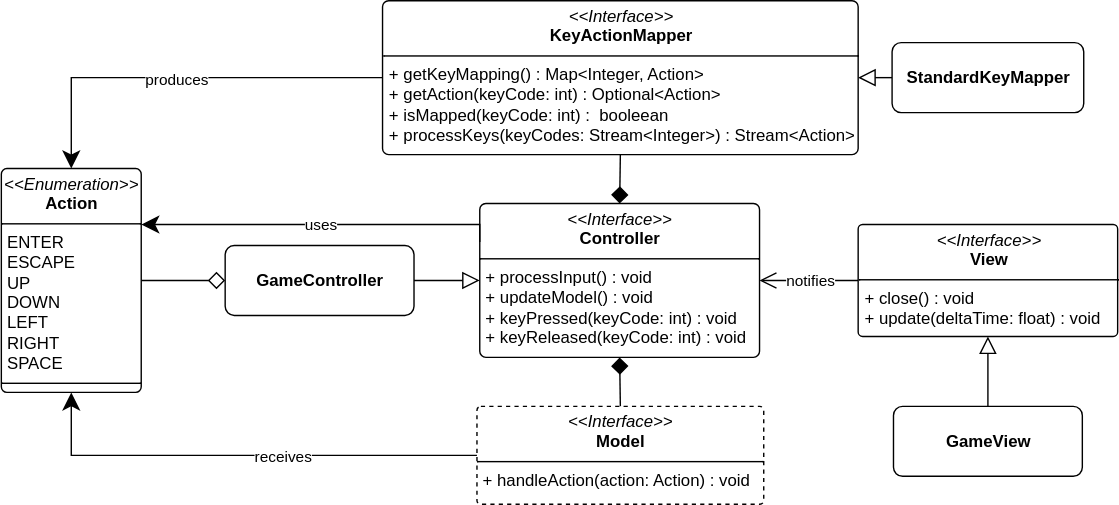
unibo-oop-projects/OOP24-AlessandroRebosio-FilippoRicciotti-Grace-GraziaBochdanovits-RenovateBot-coffeBreak keeps this draw.io diagram as report/svg/Command.svg. Above is the earlier version. Source tidied: cells renumbered, new cells last; positions are measured from the earlier drawing's top-left corner, leaving out a move shared by most shapes. Its diagram source:
```xml
<mxGraphModel>
  <root>
    <mxCell id="0" />
    <mxCell id="1" parent="0" />
    <mxCell id="2" value="&lt;p style=&quot;margin:0px;margin-top:4px;text-align:center;&quot;&gt;&lt;i&gt;&amp;lt;&amp;lt;Interface&amp;gt;&amp;gt;&lt;/i&gt;&lt;br&gt;&lt;b&gt;Controller&lt;/b&gt;&lt;/p&gt;&lt;hr size=&quot;1&quot; style=&quot;border-style:solid;&quot;&gt;&lt;p style=&quot;margin:0px;margin-left:4px;&quot;&gt;+ processInput() : void&lt;/p&gt;&lt;p style=&quot;margin:0px;margin-left:4px;&quot;&gt;+ updateModel() : void&lt;/p&gt;&lt;p style=&quot;margin:0px;margin-left:4px;&quot;&gt;+ keyPressed(keyCode: int) : void&amp;nbsp;&lt;/p&gt;&lt;p style=&quot;margin:0px;margin-left:4px;&quot;&gt;+ keyReleased(keyCode: int) : void&lt;/p&gt;" style="verticalAlign=top;align=left;overflow=fill;html=1;whiteSpace=wrap;rounded=1;arcSize=4;" parent="1" vertex="1">
      <mxGeometry x="342" y="145" width="200" height="110" as="geometry" />
    </mxCell>
    <mxCell id="3" style="edgeStyle=orthogonalEdgeStyle;rounded=0;jettySize=auto;html=1;exitX=0.5;exitY=0;exitDx=0;exitDy=0;entryX=0.5;entryY=1;entryDx=0;entryDy=0;endArrow=diamond;endFill=1;endSize=10;" parent="1" edge="1" source="6" target="2">
      <mxGeometry relative="1" as="geometry" />
    </mxCell>
    <mxCell id="4" style="edgeStyle=none;html=1;exitX=0;exitY=0.5;exitDx=0;exitDy=0;entryX=0.5;entryY=1;entryDx=0;entryDy=0;rounded=0;curved=0;endSize=10;endArrow=classic;endFill=1;" parent="1" edge="1" source="6" target="16">
      <mxGeometry relative="1" as="geometry">
        <Array as="points">
          <mxPoint x="50" y="325" />
        </Array>
      </mxGeometry>
    </mxCell>
    <mxCell id="5" value="receives" style="edgeLabel;html=1;align=center;verticalAlign=middle;" parent="4" vertex="1">
      <mxGeometry x="-0.16" relative="1" as="geometry" />
    </mxCell>
    <mxCell id="6" value="&lt;p style=&quot;margin:0px;margin-top:4px;text-align:center;&quot;&gt;&lt;i&gt;&amp;lt;&amp;lt;Interface&amp;gt;&amp;gt;&lt;/i&gt;&lt;br&gt;&lt;b&gt;Model&lt;/b&gt;&lt;/p&gt;&lt;hr size=&quot;1&quot; style=&quot;border-style:solid;&quot;&gt;&lt;p style=&quot;margin:0px;margin-left:4px;&quot;&gt;&lt;font color=&quot;#000000&quot;&gt;&lt;span style=&quot;caret-color: rgb(0, 0, 0);&quot;&gt;+ handleAction(action: Action) : void&lt;/span&gt;&lt;/font&gt;&lt;/p&gt;" style="verticalAlign=top;align=left;overflow=fill;html=1;whiteSpace=wrap;rounded=1;arcSize=4;dashed=1;" parent="1" vertex="1">
      <mxGeometry x="340" y="290" width="205" height="70" as="geometry" />
    </mxCell>
    <mxCell id="7" style="edgeStyle=orthogonalEdgeStyle;rounded=0;jettySize=auto;html=1;exitX=0.5;exitY=1;exitDx=0;exitDy=0;entryX=0.5;entryY=0;entryDx=0;entryDy=0;endSize=10;endArrow=diamond;endFill=1;" parent="1" edge="1" source="10" target="2">
      <mxGeometry relative="1" as="geometry" />
    </mxCell>
    <mxCell id="8" style="edgeStyle=none;html=1;exitX=0;exitY=0.5;exitDx=0;exitDy=0;entryX=0.5;entryY=0;entryDx=0;entryDy=0;rounded=0;curved=0;endArrow=classic;endFill=1;endSize=10;" parent="1" edge="1" source="10" target="16">
      <mxGeometry relative="1" as="geometry">
        <Array as="points">
          <mxPoint x="50" y="55" />
        </Array>
      </mxGeometry>
    </mxCell>
    <mxCell id="9" value="produces" style="edgeLabel;html=1;align=center;verticalAlign=middle;" parent="8" vertex="1">
      <mxGeometry x="0.02" relative="1" as="geometry">
        <mxPoint x="-1" as="offset" />
      </mxGeometry>
    </mxCell>
    <mxCell id="10" value="&lt;p style=&quot;margin:0px;margin-top:4px;text-align:center;&quot;&gt;&lt;i&gt;&amp;lt;&amp;lt;Interface&amp;gt;&amp;gt;&lt;/i&gt;&lt;br&gt;&lt;b&gt;KeyActionMapper&lt;/b&gt;&lt;/p&gt;&lt;hr size=&quot;1&quot; style=&quot;border-style:solid;&quot;&gt;&lt;p style=&quot;margin:0px;margin-left:4px;&quot;&gt;+ getKeyMapping() : Map&amp;lt;Integer, Action&amp;gt;&lt;/p&gt;&lt;p style=&quot;margin:0px;margin-left:4px;&quot;&gt;+ getAction(keyCode: int) : Optional&amp;lt;Action&amp;gt;&lt;/p&gt;&lt;p style=&quot;margin:0px;margin-left:4px;&quot;&gt;+ isMapped(keyCode: int) : &amp;nbsp;booleean&lt;/p&gt;&lt;p style=&quot;margin:0px;margin-left:4px;&quot;&gt;+ processKeys(keyCodes: Stream&amp;lt;Integer&amp;gt;) : Stream&amp;lt;Action&amp;gt;&lt;/p&gt;" style="verticalAlign=top;align=left;overflow=fill;html=1;whiteSpace=wrap;rounded=1;arcSize=4;" parent="1" vertex="1">
      <mxGeometry x="272.5" width="340" height="110" as="geometry" />
    </mxCell>
    <mxCell id="11" value="notifies" style="edgeStyle=orthogonalEdgeStyle;rounded=0;jettySize=auto;html=1;exitX=0;exitY=0.5;exitDx=0;exitDy=0;entryX=1;entryY=0.5;entryDx=0;entryDy=0;endArrow=open;endFill=0;endSize=10;" parent="1" edge="1" source="12" target="2">
      <mxGeometry relative="1" as="geometry" />
    </mxCell>
    <mxCell id="12" value="&lt;p style=&quot;margin:0px;margin-top:4px;text-align:center;&quot;&gt;&lt;i&gt;&amp;lt;&amp;lt;Interface&amp;gt;&amp;gt;&lt;/i&gt;&lt;br&gt;&lt;b&gt;View&lt;/b&gt;&lt;/p&gt;&lt;hr size=&quot;1&quot; style=&quot;border-style:solid;&quot;&gt;&lt;p style=&quot;margin:0px;margin-left:4px;&quot;&gt;&lt;span style=&quot;background-color: transparent; color: light-dark(rgb(0, 0, 0), rgb(255, 255, 255));&quot;&gt;+ close() : void&lt;/span&gt;&lt;/p&gt;&lt;p style=&quot;margin:0px;margin-left:4px;&quot;&gt;&lt;span style=&quot;background-color: transparent; color: light-dark(rgb(0, 0, 0), rgb(255, 255, 255));&quot;&gt;+ update(deltaTime: float) : void&lt;/span&gt;&lt;/p&gt;" style="verticalAlign=top;align=left;overflow=fill;html=1;whiteSpace=wrap;rounded=1;arcSize=4;" parent="1" vertex="1">
      <mxGeometry x="612.5" y="160" width="185.5" height="80" as="geometry" />
    </mxCell>
    <mxCell id="13" style="edgeStyle=orthogonalEdgeStyle;rounded=0;jettySize=auto;html=1;exitX=0.5;exitY=0;exitDx=0;exitDy=0;entryX=0.5;entryY=1;entryDx=0;entryDy=0;endArrow=block;endFill=0;endSize=10;" parent="1" edge="1" source="14" target="12">
      <mxGeometry relative="1" as="geometry" />
    </mxCell>
    <mxCell id="14" value="&lt;p style=&quot;margin:0px;margin-top:4px;text-align:center;&quot;&gt;&lt;br&gt;&lt;b&gt;GameView&lt;/b&gt;&lt;/p&gt;&lt;p style=&quot;margin:0px;margin-top:4px;text-align:center;&quot;&gt;&lt;b&gt;&lt;br&gt;&lt;/b&gt;&lt;/p&gt;" style="verticalAlign=top;align=left;overflow=fill;html=1;whiteSpace=wrap;rounded=1;arcSize=13;" parent="1" vertex="1">
      <mxGeometry x="637.8" y="290" width="135" height="50" as="geometry" />
    </mxCell>
    <mxCell id="15" style="edgeStyle=none;html=1;exitX=1;exitY=0.5;exitDx=0;exitDy=0;entryX=0;entryY=0.5;entryDx=0;entryDy=0;endSize=10;endArrow=diamond;endFill=0;" parent="1" edge="1" source="16" target="19">
      <mxGeometry relative="1" as="geometry" />
    </mxCell>
    <mxCell id="16" value="&lt;p style=&quot;margin:0px;margin-top:4px;text-align:center;&quot;&gt;&lt;i&gt;&amp;lt;&amp;lt;Enumeration&amp;gt;&amp;gt;&lt;/i&gt;&lt;br&gt;&lt;b&gt;Action&lt;/b&gt;&lt;/p&gt;&lt;hr size=&quot;1&quot; style=&quot;border-style:solid;&quot;&gt;&lt;p style=&quot;margin:0px;margin-left:4px;&quot;&gt;ENTER&lt;/p&gt;&lt;p style=&quot;margin:0px;margin-left:4px;&quot;&gt;ESCAPE&lt;/p&gt;&lt;p style=&quot;margin:0px;margin-left:4px;&quot;&gt;UP&lt;/p&gt;&lt;p style=&quot;margin:0px;margin-left:4px;&quot;&gt;DOWN&lt;/p&gt;&lt;p style=&quot;margin:0px;margin-left:4px;&quot;&gt;LEFT&lt;/p&gt;&lt;p style=&quot;margin:0px;margin-left:4px;&quot;&gt;RIGHT&lt;/p&gt;&lt;p style=&quot;margin:0px;margin-left:4px;&quot;&gt;SPACE&lt;/p&gt;&lt;hr size=&quot;1&quot; style=&quot;border-style:solid;&quot;&gt;&lt;p style=&quot;margin:0px;margin-left:4px;&quot;&gt;&lt;br&gt;&lt;/p&gt;" style="verticalAlign=top;align=left;overflow=fill;html=1;whiteSpace=wrap;rounded=1;arcSize=4;" parent="1" vertex="1">
      <mxGeometry y="120" width="100" height="160" as="geometry" />
    </mxCell>
    <mxCell id="17" style="edgeStyle=orthogonalEdgeStyle;rounded=0;jettySize=auto;html=1;exitX=1;exitY=0.5;exitDx=0;exitDy=0;entryX=0;entryY=0.5;entryDx=0;entryDy=0;endArrow=block;endFill=0;endSize=10;" parent="1" edge="1" source="19" target="2">
      <mxGeometry relative="1" as="geometry" />
    </mxCell>
    <mxCell id="18" value="uses" style="edgeStyle=orthogonalEdgeStyle;rounded=0;jettySize=auto;html=1;exitX=0;exitY=0.25;exitDx=0;exitDy=0;entryX=1;entryY=0.25;entryDx=0;entryDy=0;endSize=10;endArrow=classic;endFill=1;" parent="1" edge="1" source="2" target="16">
      <mxGeometry relative="1" as="geometry">
        <Array as="points">
          <mxPoint x="342" y="160" />
        </Array>
      </mxGeometry>
    </mxCell>
    <mxCell id="19" value="&lt;p style=&quot;margin:0px;margin-top:4px;text-align:center;&quot;&gt;&lt;br&gt;&lt;b&gt;GameController&lt;/b&gt;&lt;/p&gt;&lt;p style=&quot;margin:0px;margin-top:4px;text-align:center;&quot;&gt;&lt;b&gt;&lt;br&gt;&lt;/b&gt;&lt;/p&gt;" style="verticalAlign=top;align=left;overflow=fill;html=1;whiteSpace=wrap;rounded=1;arcSize=13;" parent="1" vertex="1">
      <mxGeometry x="160" y="175" width="135" height="50" as="geometry" />
    </mxCell>
    <mxCell id="20" style="edgeStyle=none;html=1;exitX=0;exitY=0.5;exitDx=0;exitDy=0;entryX=1;entryY=0.5;entryDx=0;entryDy=0;endSize=10;endArrow=block;endFill=0;" parent="1" edge="1" source="21" target="10">
      <mxGeometry relative="1" as="geometry" />
    </mxCell>
    <mxCell id="21" value="&lt;p style=&quot;margin:0px;margin-top:4px;text-align:center;&quot;&gt;&lt;br&gt;&lt;b&gt;StandardKeyMapper&lt;/b&gt;&lt;/p&gt;" style="verticalAlign=top;align=left;overflow=fill;html=1;whiteSpace=wrap;rounded=1;arcSize=13;" parent="1" vertex="1">
      <mxGeometry x="636.8" y="30" width="137" height="50" as="geometry" />
    </mxCell>
  </root>
</mxGraphModel>
```
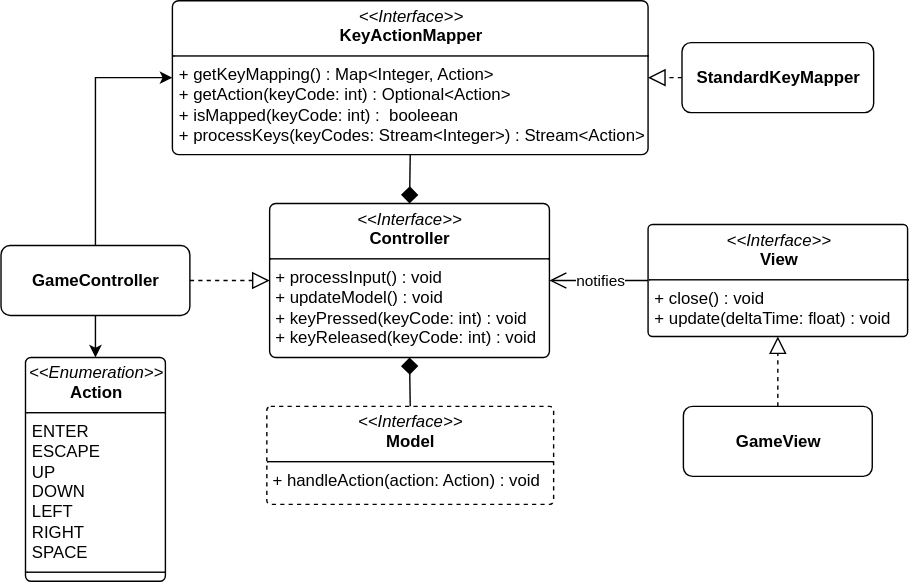
The same file after the commit.

What changed in the source:
```diff
@@ -8,34 +8,12 @@
     <mxCell id="3" style="edgeStyle=orthogonalEdgeStyle;rounded=0;jettySize=auto;html=1;exitX=0.5;exitY=0;exitDx=0;exitDy=0;entryX=0.5;entryY=1;entryDx=0;entryDy=0;endArrow=diamond;endFill=1;endSize=10;" parent="1" edge="1" source="6" target="2">
       <mxGeometry relative="1" as="geometry" />
     </mxCell>
-    <mxCell id="4" style="edgeStyle=none;html=1;exitX=0;exitY=0.5;exitDx=0;exitDy=0;entryX=0.5;entryY=1;entryDx=0;entryDy=0;rounded=0;curved=0;endSize=10;endArrow=classic;endFill=1;" parent="1" edge="1" source="6" target="16">
-      <mxGeometry relative="1" as="geometry">
-        <Array as="points">
-          <mxPoint x="50" y="325" />
-        </Array>
-      </mxGeometry>
-    </mxCell>
-    <mxCell id="5" value="receives" style="edgeLabel;html=1;align=center;verticalAlign=middle;" parent="4" vertex="1">
-      <mxGeometry x="-0.16" relative="1" as="geometry" />
-    </mxCell>
     <mxCell id="6" value="&lt;p style=&quot;margin:0px;margin-top:4px;text-align:center;&quot;&gt;&lt;i&gt;&amp;lt;&amp;lt;Interface&amp;gt;&amp;gt;&lt;/i&gt;&lt;br&gt;&lt;b&gt;Model&lt;/b&gt;&lt;/p&gt;&lt;hr size=&quot;1&quot; style=&quot;border-style:solid;&quot;&gt;&lt;p style=&quot;margin:0px;margin-left:4px;&quot;&gt;&lt;font color=&quot;#000000&quot;&gt;&lt;span style=&quot;caret-color: rgb(0, 0, 0);&quot;&gt;+ handleAction(action: Action) : void&lt;/span&gt;&lt;/font&gt;&lt;/p&gt;" style="verticalAlign=top;align=left;overflow=fill;html=1;whiteSpace=wrap;rounded=1;arcSize=4;dashed=1;" parent="1" vertex="1">
       <mxGeometry x="340" y="290" width="205" height="70" as="geometry" />
     </mxCell>
     <mxCell id="7" style="edgeStyle=orthogonalEdgeStyle;rounded=0;jettySize=auto;html=1;exitX=0.5;exitY=1;exitDx=0;exitDy=0;entryX=0.5;entryY=0;entryDx=0;entryDy=0;endSize=10;endArrow=diamond;endFill=1;" parent="1" edge="1" source="10" target="2">
       <mxGeometry relative="1" as="geometry" />
     </mxCell>
-    <mxCell id="8" style="edgeStyle=none;html=1;exitX=0;exitY=0.5;exitDx=0;exitDy=0;entryX=0.5;entryY=0;entryDx=0;entryDy=0;rounded=0;curved=0;endArrow=classic;endFill=1;endSize=10;" parent="1" edge="1" source="10" target="16">
-      <mxGeometry relative="1" as="geometry">
-        <Array as="points">
-          <mxPoint x="50" y="55" />
-        </Array>
-      </mxGeometry>
-    </mxCell>
-    <mxCell id="9" value="produces" style="edgeLabel;html=1;align=center;verticalAlign=middle;" parent="8" vertex="1">
-      <mxGeometry x="0.02" relative="1" as="geometry">
-        <mxPoint x="-1" as="offset" />
-      </mxGeometry>
-    </mxCell>
     <mxCell id="10" value="&lt;p style=&quot;margin:0px;margin-top:4px;text-align:center;&quot;&gt;&lt;i&gt;&amp;lt;&amp;lt;Interface&amp;gt;&amp;gt;&lt;/i&gt;&lt;br&gt;&lt;b&gt;KeyActionMapper&lt;/b&gt;&lt;/p&gt;&lt;hr size=&quot;1&quot; style=&quot;border-style:solid;&quot;&gt;&lt;p style=&quot;margin:0px;margin-left:4px;&quot;&gt;+ getKeyMapping() : Map&amp;lt;Integer, Action&amp;gt;&lt;/p&gt;&lt;p style=&quot;margin:0px;margin-left:4px;&quot;&gt;+ getAction(keyCode: int) : Optional&amp;lt;Action&amp;gt;&lt;/p&gt;&lt;p style=&quot;margin:0px;margin-left:4px;&quot;&gt;+ isMapped(keyCode: int) : &amp;nbsp;booleean&lt;/p&gt;&lt;p style=&quot;margin:0px;margin-left:4px;&quot;&gt;+ processKeys(keyCodes: Stream&amp;lt;Integer&amp;gt;) : Stream&amp;lt;Action&amp;gt;&lt;/p&gt;" style="verticalAlign=top;align=left;overflow=fill;html=1;whiteSpace=wrap;rounded=1;arcSize=4;" parent="1" vertex="1">
       <mxGeometry x="272.5" width="340" height="110" as="geometry" />
     </mxCell>
@@ -45,32 +23,28 @@
     <mxCell id="12" value="&lt;p style=&quot;margin:0px;margin-top:4px;text-align:center;&quot;&gt;&lt;i&gt;&amp;lt;&amp;lt;Interface&amp;gt;&amp;gt;&lt;/i&gt;&lt;br&gt;&lt;b&gt;View&lt;/b&gt;&lt;/p&gt;&lt;hr size=&quot;1&quot; style=&quot;border-style:solid;&quot;&gt;&lt;p style=&quot;margin:0px;margin-left:4px;&quot;&gt;&lt;span style=&quot;background-color: transparent; color: light-dark(rgb(0, 0, 0), rgb(255, 255, 255));&quot;&gt;+ close() : void&lt;/span&gt;&lt;/p&gt;&lt;p style=&quot;margin:0px;margin-left:4px;&quot;&gt;&lt;span style=&quot;background-color: transparent; color: light-dark(rgb(0, 0, 0), rgb(255, 255, 255));&quot;&gt;+ update(deltaTime: float) : void&lt;/span&gt;&lt;/p&gt;" style="verticalAlign=top;align=left;overflow=fill;html=1;whiteSpace=wrap;rounded=1;arcSize=4;" parent="1" vertex="1">
       <mxGeometry x="612.5" y="160" width="185.5" height="80" as="geometry" />
     </mxCell>
-    <mxCell id="13" style="edgeStyle=orthogonalEdgeStyle;rounded=0;jettySize=auto;html=1;exitX=0.5;exitY=0;exitDx=0;exitDy=0;entryX=0.5;entryY=1;entryDx=0;entryDy=0;endArrow=block;endFill=0;endSize=10;" parent="1" edge="1" source="14" target="12">
+    <mxCell id="13" style="edgeStyle=orthogonalEdgeStyle;rounded=0;jettySize=auto;html=1;exitX=0.5;exitY=0;exitDx=0;exitDy=0;entryX=0.5;entryY=1;entryDx=0;entryDy=0;endArrow=block;endFill=0;endSize=10;dashed=1;" parent="1" edge="1" source="14" target="12">
       <mxGeometry relative="1" as="geometry" />
     </mxCell>
     <mxCell id="14" value="&lt;p style=&quot;margin:0px;margin-top:4px;text-align:center;&quot;&gt;&lt;br&gt;&lt;b&gt;GameView&lt;/b&gt;&lt;/p&gt;&lt;p style=&quot;margin:0px;margin-top:4px;text-align:center;&quot;&gt;&lt;b&gt;&lt;br&gt;&lt;/b&gt;&lt;/p&gt;" style="verticalAlign=top;align=left;overflow=fill;html=1;whiteSpace=wrap;rounded=1;arcSize=13;" parent="1" vertex="1">
       <mxGeometry x="637.8" y="290" width="135" height="50" as="geometry" />
     </mxCell>
-    <mxCell id="15" style="edgeStyle=none;html=1;exitX=1;exitY=0.5;exitDx=0;exitDy=0;entryX=0;entryY=0.5;entryDx=0;entryDy=0;endSize=10;endArrow=diamond;endFill=0;" parent="1" edge="1" source="16" target="19">
-      <mxGeometry relative="1" as="geometry" />
-    </mxCell>
     <mxCell id="16" value="&lt;p style=&quot;margin:0px;margin-top:4px;text-align:center;&quot;&gt;&lt;i&gt;&amp;lt;&amp;lt;Enumeration&amp;gt;&amp;gt;&lt;/i&gt;&lt;br&gt;&lt;b&gt;Action&lt;/b&gt;&lt;/p&gt;&lt;hr size=&quot;1&quot; style=&quot;border-style:solid;&quot;&gt;&lt;p style=&quot;margin:0px;margin-left:4px;&quot;&gt;ENTER&lt;/p&gt;&lt;p style=&quot;margin:0px;margin-left:4px;&quot;&gt;ESCAPE&lt;/p&gt;&lt;p style=&quot;margin:0px;margin-left:4px;&quot;&gt;UP&lt;/p&gt;&lt;p style=&quot;margin:0px;margin-left:4px;&quot;&gt;DOWN&lt;/p&gt;&lt;p style=&quot;margin:0px;margin-left:4px;&quot;&gt;LEFT&lt;/p&gt;&lt;p style=&quot;margin:0px;margin-left:4px;&quot;&gt;RIGHT&lt;/p&gt;&lt;p style=&quot;margin:0px;margin-left:4px;&quot;&gt;SPACE&lt;/p&gt;&lt;hr size=&quot;1&quot; style=&quot;border-style:solid;&quot;&gt;&lt;p style=&quot;margin:0px;margin-left:4px;&quot;&gt;&lt;br&gt;&lt;/p&gt;" style="verticalAlign=top;align=left;overflow=fill;html=1;whiteSpace=wrap;rounded=1;arcSize=4;" parent="1" vertex="1">
-      <mxGeometry y="120" width="100" height="160" as="geometry" />
+      <mxGeometry x="167.5" y="255" width="100" height="160" as="geometry" />
     </mxCell>
-    <mxCell id="17" style="edgeStyle=orthogonalEdgeStyle;rounded=0;jettySize=auto;html=1;exitX=1;exitY=0.5;exitDx=0;exitDy=0;entryX=0;entryY=0.5;entryDx=0;entryDy=0;endArrow=block;endFill=0;endSize=10;" parent="1" edge="1" source="19" target="2">
+    <mxCell id="17" style="edgeStyle=orthogonalEdgeStyle;rounded=0;jettySize=auto;html=1;exitX=1;exitY=0.5;exitDx=0;exitDy=0;entryX=0;entryY=0.5;entryDx=0;entryDy=0;endArrow=block;endFill=0;endSize=10;dashed=1;" parent="1" edge="1" source="19" target="2">
       <mxGeometry relative="1" as="geometry" />
     </mxCell>
-    <mxCell id="18" value="uses" style="edgeStyle=orthogonalEdgeStyle;rounded=0;jettySize=auto;html=1;exitX=0;exitY=0.25;exitDx=0;exitDy=0;entryX=1;entryY=0.25;entryDx=0;entryDy=0;endSize=10;endArrow=classic;endFill=1;" parent="1" edge="1" source="2" target="16">
-      <mxGeometry relative="1" as="geometry">
-        <Array as="points">
-          <mxPoint x="342" y="160" />
-        </Array>
-      </mxGeometry>
-    </mxCell>
+    <mxCell id="22" style="edgeStyle=orthogonalEdgeStyle;rounded=0;jettySize=auto;html=1;exitX=0.5;exitY=0;exitDx=0;exitDy=0;entryX=0;entryY=0.5;entryDx=0;entryDy=0;" parent="1" edge="1" source="19" target="10">
+      <mxGeometry relative="1" as="geometry" />
+    </mxCell>
+    <mxCell id="23" style="edgeStyle=orthogonalEdgeStyle;rounded=0;jettySize=auto;html=1;exitX=0.5;exitY=1;exitDx=0;exitDy=0;" parent="1" edge="1" source="19" target="16">
+      <mxGeometry relative="1" as="geometry" />
+    </mxCell>
     <mxCell id="19" value="&lt;p style=&quot;margin:0px;margin-top:4px;text-align:center;&quot;&gt;&lt;br&gt;&lt;b&gt;GameController&lt;/b&gt;&lt;/p&gt;&lt;p style=&quot;margin:0px;margin-top:4px;text-align:center;&quot;&gt;&lt;b&gt;&lt;br&gt;&lt;/b&gt;&lt;/p&gt;" style="verticalAlign=top;align=left;overflow=fill;html=1;whiteSpace=wrap;rounded=1;arcSize=13;" parent="1" vertex="1">
-      <mxGeometry x="160" y="175" width="135" height="50" as="geometry" />
+      <mxGeometry x="150" y="175" width="135" height="50" as="geometry" />
     </mxCell>
-    <mxCell id="20" style="edgeStyle=none;html=1;exitX=0;exitY=0.5;exitDx=0;exitDy=0;entryX=1;entryY=0.5;entryDx=0;entryDy=0;endSize=10;endArrow=block;endFill=0;" parent="1" edge="1" source="21" target="10">
+    <mxCell id="20" style="edgeStyle=none;html=1;exitX=0;exitY=0.5;exitDx=0;exitDy=0;entryX=1;entryY=0.5;entryDx=0;entryDy=0;endSize=10;endArrow=block;endFill=0;dashed=1;" parent="1" edge="1" source="21" target="10">
       <mxGeometry relative="1" as="geometry" />
     </mxCell>
     <mxCell id="21" value="&lt;p style=&quot;margin:0px;margin-top:4px;text-align:center;&quot;&gt;&lt;br&gt;&lt;b&gt;StandardKeyMapper&lt;/b&gt;&lt;/p&gt;" style="verticalAlign=top;align=left;overflow=fill;html=1;whiteSpace=wrap;rounded=1;arcSize=13;" parent="1" vertex="1">
```
